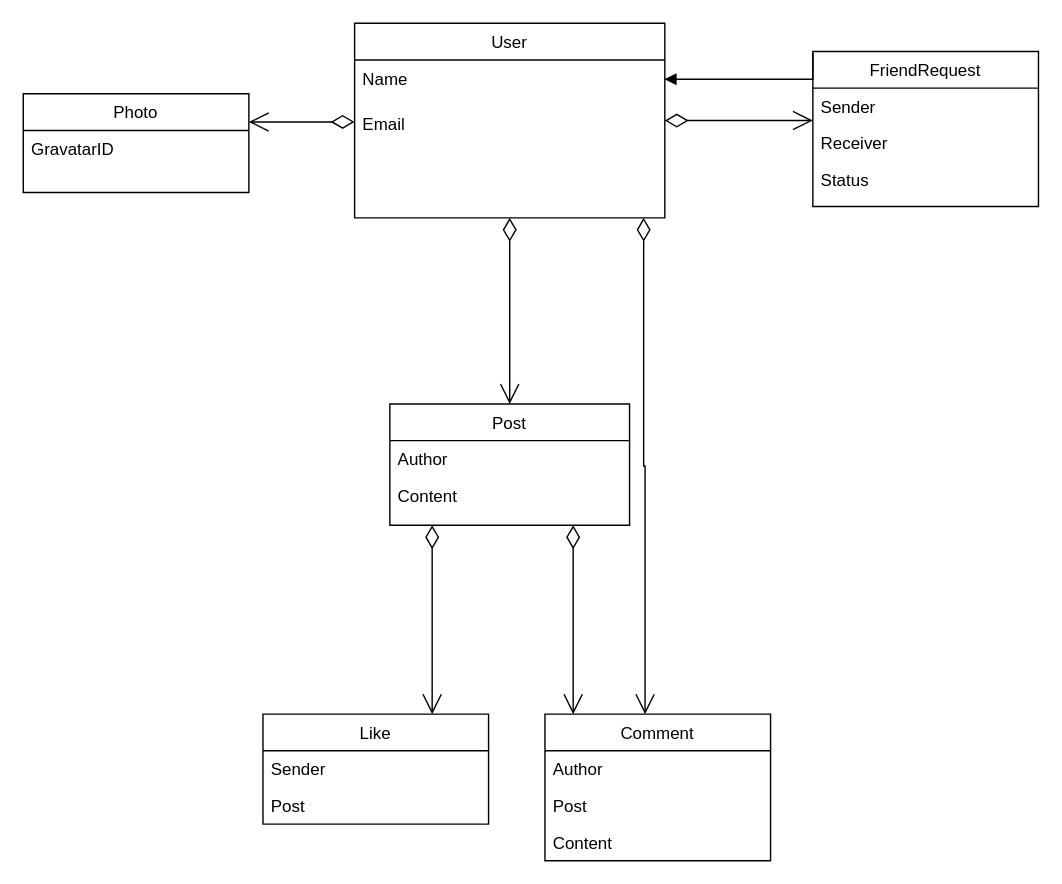
This is odinbook.drawio from upkl/odin-rails-mailers-advanced-odinbook, a draw.io file, before an edit. Source tidied: cells renumbered, new cells numbered last; positions are measured from the earlier drawing's top-left corner, leaving out a move shared by most shapes. Both pictures are drawn from the tidied source at 141%, with x=0, y=0 at pixel (23, 23).
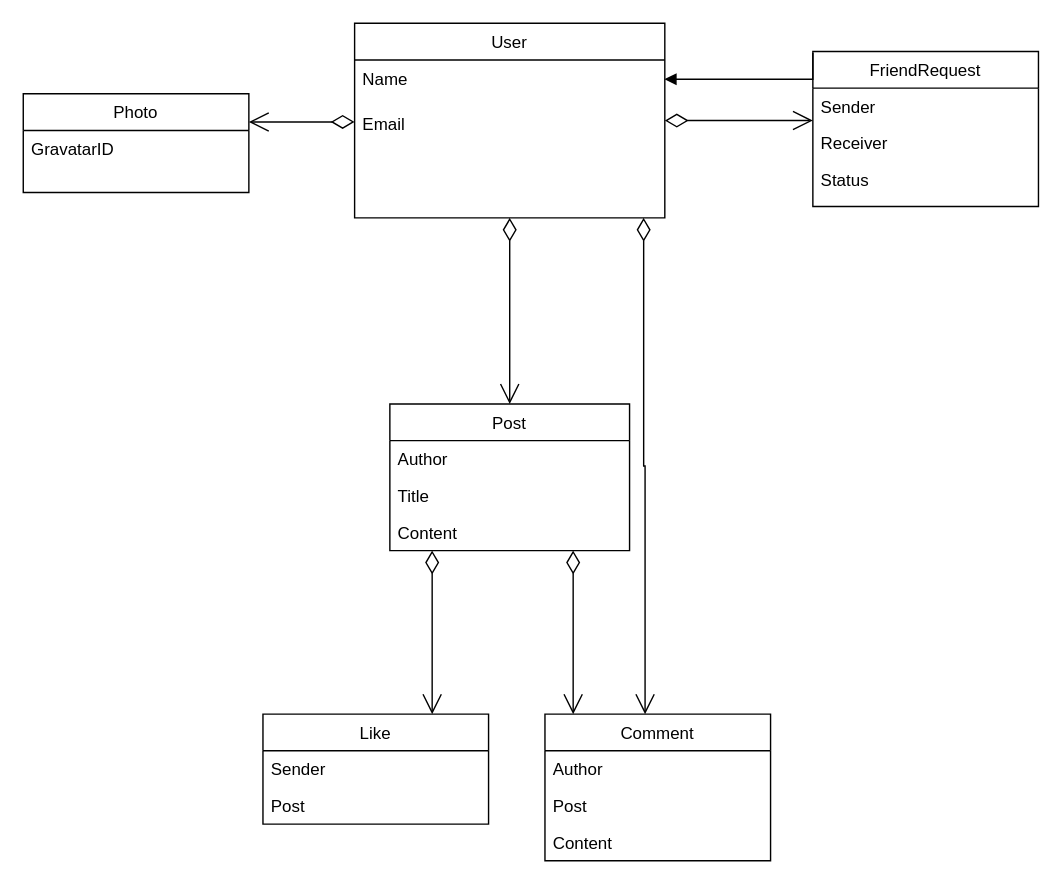
The same diagram, later.

Commit message:
drawio: Add title to class Post

The edit, as a diff of the source:
```diff
@@
     <mxCell id="9" value="Post" style="swimlane;fontStyle=0;align=center;verticalAlign=top;horizontal=1;startSize=26;rounded=0;shadow=0;strokeWidth=1;" parent="1" vertex="1">
-      <mxGeometry x="260" y="270" width="170" height="86" as="geometry" />
+      <mxGeometry x="260" y="270" width="170" height="104" as="geometry" />
     </mxCell>
@@
+    <mxCell id="28" value="Title" style="text;align=left;verticalAlign=top;spacingLeft=4;spacingRight=4;overflow=hidden;" parent="9" vertex="1">
+      <mxGeometry y="52" width="170" height="26" as="geometry" />
+    </mxCell>
     <mxCell id="11" value="Content" style="text;align=left;verticalAlign=top;spacingLeft=4;spacingRight=4;overflow=hidden;" parent="9" vertex="1">
-      <mxGeometry y="52" width="170" height="26" as="geometry" />
+      <mxGeometry y="78" width="170" height="26" as="geometry" />
     </mxCell>
```
